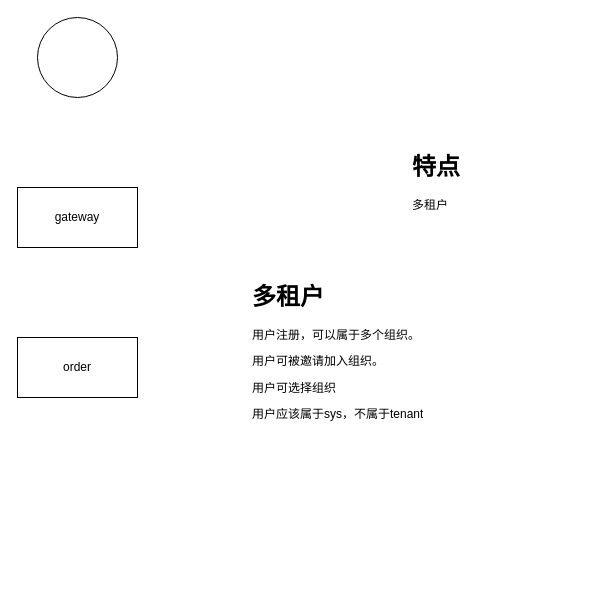
lipeng260/drawio keeps this draw.io diagram as 互链服务架构.drawio. Above is the earlier version. Source tidied: cells renumbered, new cells numbered last; positions are measured from the earlier drawing's top-left corner, leaving out a move shared by most shapes. Both pictures are drawn from the tidied source at 100%, with x=0, y=0 at pixel (17, 17).
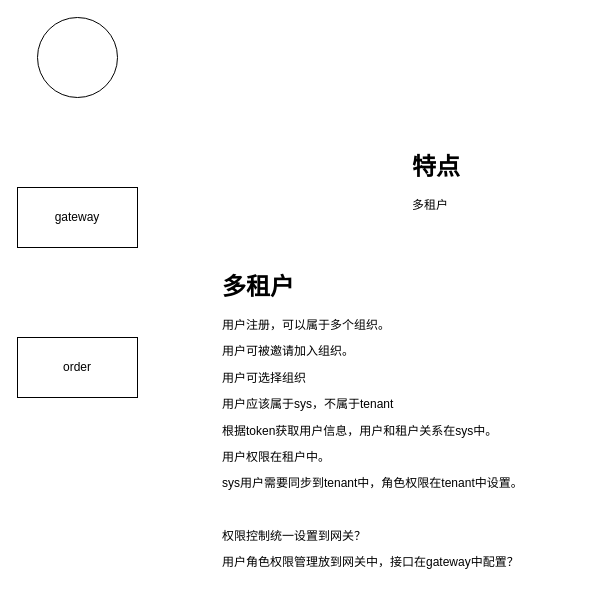
The same diagram, later.

Commit message (it also covers changes not shown here):
Update 互链服务架构.drawio

Change to the diagram source:
```diff
@@
 <mxGraphModel>
   <root>
     <mxCell id="0" />
     <mxCell id="1" parent="0" />
     <mxCell id="2" value="gateway" style="rounded=0;whiteSpace=wrap;html=1;" parent="1" vertex="1">
       <mxGeometry y="170" width="120" height="60" as="geometry" />
     </mxCell>
     <mxCell id="3" value="order" style="rounded=0;whiteSpace=wrap;html=1;" parent="1" vertex="1">
       <mxGeometry y="320" width="120" height="60" as="geometry" />
     </mxCell>
     <mxCell id="4" style="ellipse;whiteSpace=wrap;html=1;" parent="1" vertex="1">
       <mxGeometry x="20" width="80" height="80" as="geometry" />
     </mxCell>
     <mxCell id="5" value="&lt;h1&gt;特点&lt;/h1&gt;&lt;p&gt;多租户&lt;/p&gt;" style="text;html=1;strokeColor=none;fillColor=none;spacing=5;spacingTop=-20;whiteSpace=wrap;overflow=hidden;rounded=0;" parent="1" vertex="1">
       <mxGeometry x="390" y="130" width="190" height="120" as="geometry" />
     </mxCell>
-    <mxCell id="6" value="&lt;h1&gt;多租户&lt;/h1&gt;&lt;p&gt;用户注册，可以属于多个组织。&lt;/p&gt;&lt;p&gt;用户可被邀请加入组织。&lt;/p&gt;&lt;p&gt;用户可选择组织&lt;/p&gt;&lt;p&gt;用户应该属于sys，不属于tenant&lt;/p&gt;" style="text;html=1;strokeColor=none;fillColor=none;spacing=5;spacingTop=-20;whiteSpace=wrap;overflow=hidden;rounded=0;" parent="1" vertex="1">
-      <mxGeometry x="230" y="260" width="270" height="180" as="geometry" />
+    <mxCell id="6" value="&lt;h1&gt;多租户&lt;/h1&gt;&lt;p&gt;用户注册，可以属于多个组织。&lt;/p&gt;&lt;p&gt;用户可被邀请加入组织。&lt;/p&gt;&lt;p&gt;用户可选择组织&lt;/p&gt;&lt;p&gt;用户应该属于sys，不属于tenant&lt;/p&gt;&lt;p&gt;根据token获取用户信息，&lt;span&gt;用户和租户关系在sys中。&lt;/span&gt;&lt;/p&gt;&lt;p&gt;&lt;span&gt;用户权限在租户中。&lt;/span&gt;&lt;/p&gt;&lt;p&gt;sys用户需要同步到tenant中，角色权限在tenant中设置。&lt;/p&gt;&lt;p&gt;&lt;br&gt;&lt;/p&gt;&lt;p&gt;权限控制统一设置到网关？&lt;/p&gt;&lt;p&gt;用户角色权限管理放到网关中，接口在gateway中配置？&lt;/p&gt;" style="text;html=1;strokeColor=none;fillColor=none;spacing=5;spacingTop=-20;whiteSpace=wrap;overflow=hidden;rounded=0;" parent="1" vertex="1">
+      <mxGeometry x="200" y="250" width="350" height="310" as="geometry" />
     </mxCell>
   </root>
 </mxGraphModel>
```
